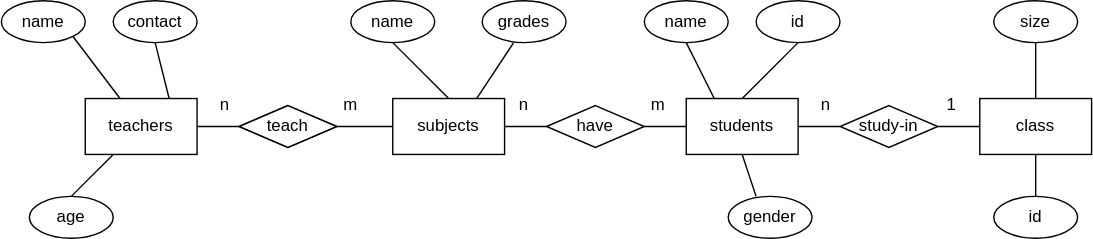
Earlier version of the draw.io export Lab1/ERD.drawio.svg (Burton0703/Database-Labs). Source tidied: cells renumbered, new cells last; positions are measured from the earlier drawing's top-left corner, leaving out a move shared by most shapes.
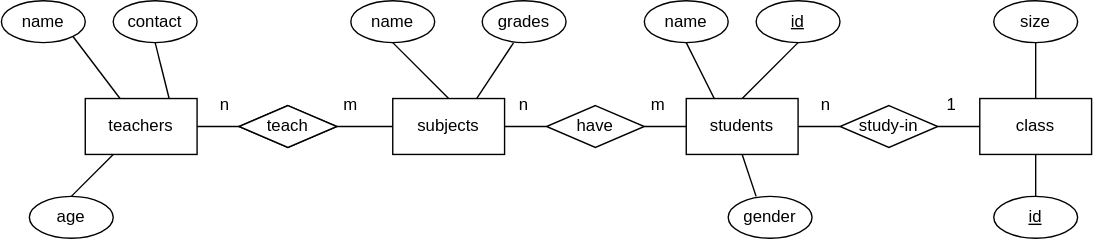
Later version of the same file.

What changed in the source:
```diff
@@ -17,7 +17,7 @@
     <mxCell id="6" value="name" style="ellipse;whiteSpace=wrap;html=1;" parent="1" vertex="1">
       <mxGeometry width="60" height="30" as="geometry" />
     </mxCell>
-    <mxCell id="7" value="id" style="ellipse;whiteSpace=wrap;html=1;" parent="1" vertex="1">
+    <mxCell id="7" value="&lt;u&gt;id&lt;/u&gt;" style="ellipse;whiteSpace=wrap;html=1;" parent="1" vertex="1">
       <mxGeometry x="540" width="60" height="30" as="geometry" />
     </mxCell>
     <mxCell id="8" value="grades" style="ellipse;whiteSpace=wrap;html=1;" parent="1" vertex="1">
@@ -41,7 +41,7 @@
     <mxCell id="14" value="size" style="ellipse;whiteSpace=wrap;html=1;" parent="1" vertex="1">
       <mxGeometry x="710" width="60" height="30" as="geometry" />
     </mxCell>
-    <mxCell id="15" value="id" style="ellipse;whiteSpace=wrap;html=1;" parent="1" vertex="1">
+    <mxCell id="15" value="&lt;u&gt;id&lt;/u&gt;" style="ellipse;whiteSpace=wrap;html=1;" parent="1" vertex="1">
       <mxGeometry x="710" y="140" width="60" height="30" as="geometry" />
     </mxCell>
     <mxCell id="16" style="endArrow=none;html=1;rounded=0;exitX=0.5;exitY=0;exitDx=0;exitDy=0;entryX=0.25;entryY=1;entryDx=0;entryDy=0;" parent="1" edge="1" source="9" target="2">
```
